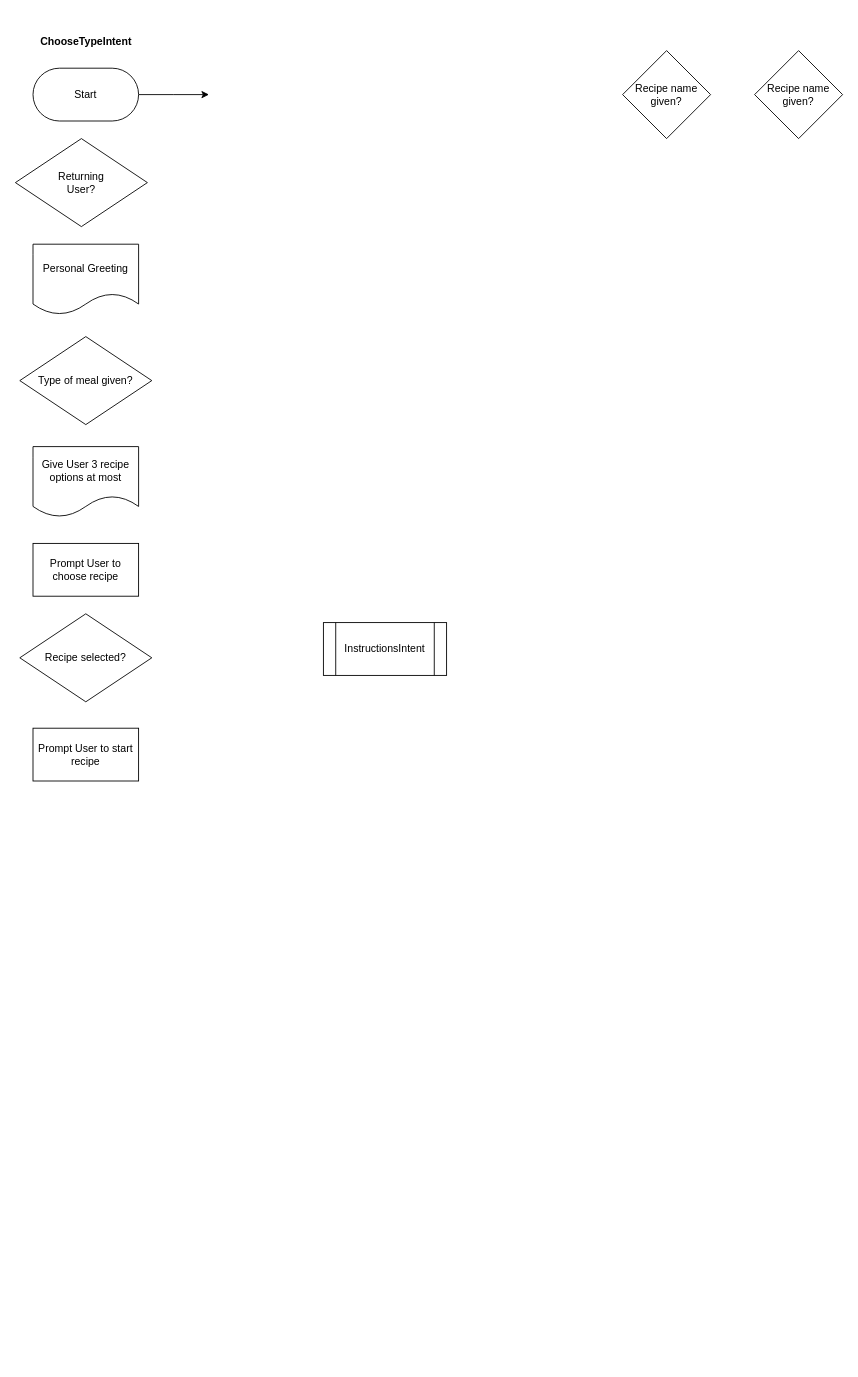
Above: choose-type-intent-flow.drawio in denaetions/stacked (draw.io), before the change. Source tidied: cells renumbered, new cells numbered last; positions are measured from the earlier drawing's top-left corner, leaving out a move shared by most shapes. Both pictures are drawn from the tidied source at 88%, with x=0, y=0 at pixel (15, 33).
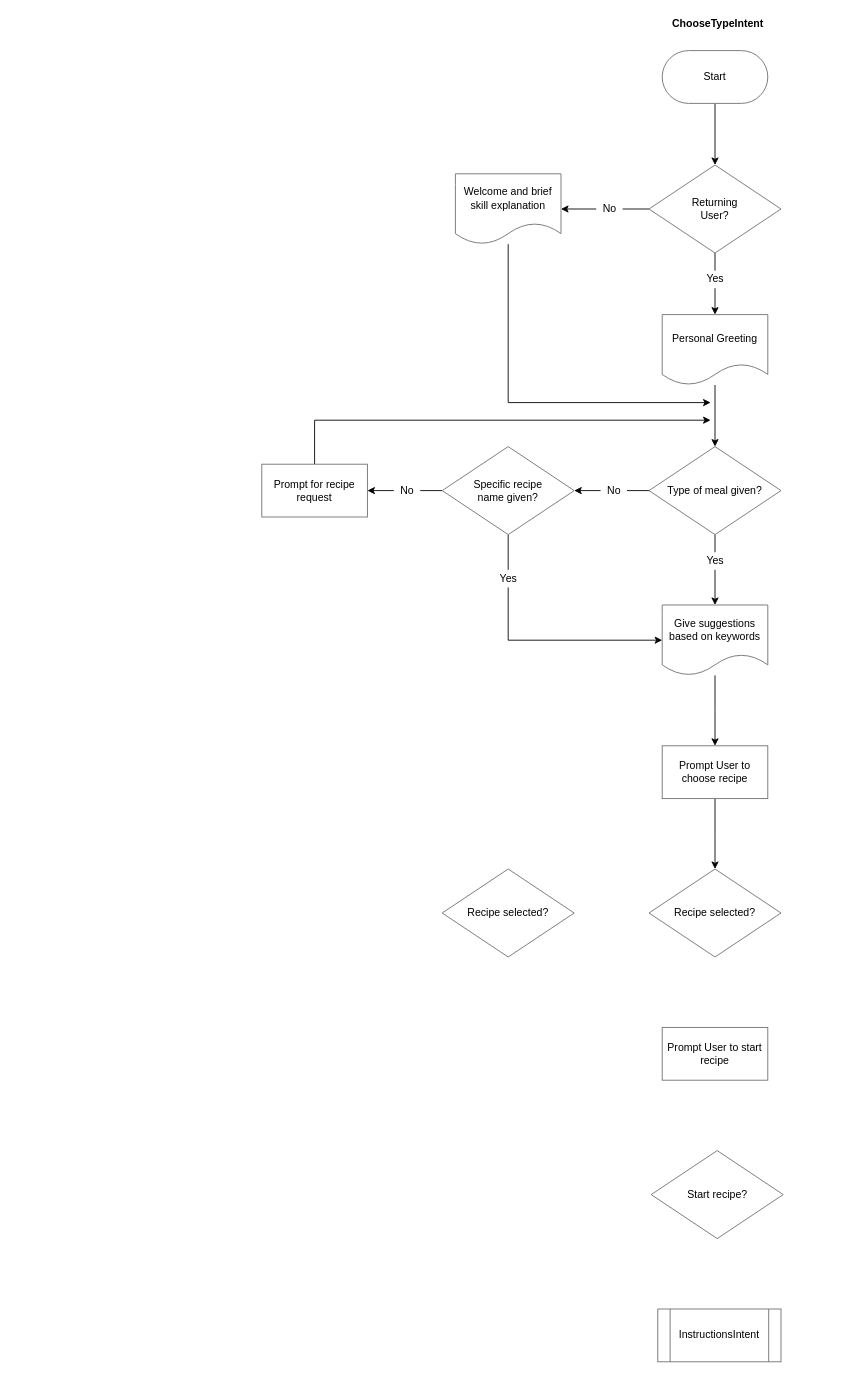
After the change.

What changed in the source:
```diff
@@
-    <mxCell id="2" style="edgeStyle=orthogonalEdgeStyle;rounded=0;jettySize=auto;html=1;exitX=1;exitY=0.5;exitDx=0;exitDy=0;" parent="1" edge="1" source="3">
-      <mxGeometry relative="1" as="geometry">
-        <mxPoint x="220" y="70" as="targetPoint" />
-      </mxGeometry>
-    </mxCell>
+    <mxCell id="15" style="edgeStyle=orthogonalEdgeStyle;rounded=0;jettySize=auto;html=1;exitX=0.5;exitY=1;exitDx=0;exitDy=0;entryX=0.5;entryY=0;entryDx=0;entryDy=0;" parent="1" edge="1" source="3" target="4">
+      <mxGeometry relative="1" as="geometry" />
+    </mxCell>
-    <mxCell id="3" value="Start" style="rounded=1;whiteSpace=wrap;html=1;arcSize=50;" parent="1" vertex="1">
-      <mxGeometry x="20" y="40" width="120" height="60" as="geometry" />
+    <mxCell id="3" value="Start" style="rounded=1;whiteSpace=wrap;html=1;arcSize=50;strokeColor=#6E6E6E;" parent="1" vertex="1">
+      <mxGeometry x="735" y="20" width="120" height="60" as="geometry" />
     </mxCell>
+    <mxCell id="16" style="edgeStyle=orthogonalEdgeStyle;rounded=0;jettySize=auto;html=1;exitX=0.5;exitY=1;exitDx=0;exitDy=0;entryX=0.5;entryY=0;entryDx=0;entryDy=0;" parent="1" edge="1" source="4" target="7">
+      <mxGeometry relative="1" as="geometry" />
+    </mxCell>
+    <mxCell id="17" style="edgeStyle=orthogonalEdgeStyle;rounded=0;jettySize=auto;html=1;exitX=0;exitY=0.5;exitDx=0;exitDy=0;entryX=1;entryY=0.5;entryDx=0;entryDy=0;" parent="1" edge="1" source="4" target="25">
+      <mxGeometry relative="1" as="geometry" />
+    </mxCell>
-    <mxCell id="4" value="Returning&lt;br&gt;User?" style="rhombus;whiteSpace=wrap;html=1;" parent="1" vertex="1">
-      <mxGeometry y="120" width="150" height="100" as="geometry" />
+    <mxCell id="4" value="Returning&lt;br&gt;User?" style="rhombus;whiteSpace=wrap;html=1;strokeColor=#6E6E6E;" parent="1" vertex="1">
+      <mxGeometry x="720" y="150" width="150" height="100" as="geometry" />
     </mxCell>
     <mxCell id="5" value="&lt;b&gt;ChooseTypeIntent&lt;/b&gt;" style="text;html=1;align=center;verticalAlign=middle;" parent="1" vertex="1">
-      <mxGeometry x="20" width="120" height="20" as="geometry" />
+      <mxGeometry x="737.5" y="-20" width="120" height="20" as="geometry" />
     </mxCell>
+    <mxCell id="18" style="edgeStyle=orthogonalEdgeStyle;rounded=0;jettySize=auto;html=1;exitX=0;exitY=0.5;exitDx=0;exitDy=0;entryX=1;entryY=0.5;entryDx=0;entryDy=0;" parent="1" edge="1" source="6" target="30">
+      <mxGeometry relative="1" as="geometry" />
+    </mxCell>
+    <mxCell id="19" style="edgeStyle=orthogonalEdgeStyle;rounded=0;jettySize=auto;html=1;exitX=0.5;exitY=1;exitDx=0;exitDy=0;entryX=0.5;entryY=0;entryDx=0;entryDy=0;" parent="1" edge="1" source="6" target="10">
+      <mxGeometry relative="1" as="geometry" />
+    </mxCell>
-    <mxCell id="6" value="Type of meal given?" style="rhombus;whiteSpace=wrap;html=1;" parent="1" vertex="1">
-      <mxGeometry x="5" y="345" width="150" height="100" as="geometry" />
+    <mxCell id="6" value="Type of meal given?" style="rhombus;whiteSpace=wrap;html=1;strokeColor=#6E6E6E;" parent="1" vertex="1">
+      <mxGeometry x="720" y="470" width="150" height="100" as="geometry" />
     </mxCell>
+    <mxCell id="20" style="edgeStyle=orthogonalEdgeStyle;rounded=0;jettySize=auto;html=1;" parent="1" edge="1" source="7" target="6">
+      <mxGeometry relative="1" as="geometry" />
+    </mxCell>
-    <mxCell id="7" value="Personal Greeting" style="shape=document;whiteSpace=wrap;html=1;boundedLbl=1;" parent="1" vertex="1">
-      <mxGeometry x="20" y="240" width="120" height="80" as="geometry" />
+    <mxCell id="7" value="Personal Greeting" style="shape=document;whiteSpace=wrap;html=1;boundedLbl=1;strokeColor=#6E6E6E;" parent="1" vertex="1">
+      <mxGeometry x="735" y="320" width="120" height="80" as="geometry" />
     </mxCell>
-    <mxCell id="8" value="Recipe name given?" style="rhombus;whiteSpace=wrap;html=1;" parent="1" vertex="1">
-      <mxGeometry x="690" y="20" width="100" height="100" as="geometry" />
-    </mxCell>
-    <mxCell id="9" value="Recipe name given?" style="rhombus;whiteSpace=wrap;html=1;" parent="1" vertex="1">
-      <mxGeometry x="840" y="20" width="100" height="100" as="geometry" />
-    </mxCell>
+    <mxCell id="21" style="edgeStyle=elbowEdgeStyle;rounded=0;jettySize=auto;html=1;entryX=0.5;entryY=0;entryDx=0;entryDy=0;" parent="1" edge="1" source="10" target="11">
+      <mxGeometry relative="1" as="geometry" />
+    </mxCell>
-    <mxCell id="10" value="Give User 3 recipe options at most" style="shape=document;whiteSpace=wrap;html=1;boundedLbl=1;" parent="1" vertex="1">
-      <mxGeometry x="20" y="470" width="120" height="80" as="geometry" />
+    <mxCell id="10" value="Give suggestions based on keywords" style="shape=document;whiteSpace=wrap;html=1;boundedLbl=1;strokeColor=#6E6E6E;" parent="1" vertex="1">
+      <mxGeometry x="735" y="650" width="120" height="80" as="geometry" />
     </mxCell>
+    <mxCell id="22" style="edgeStyle=elbowEdgeStyle;rounded=0;jettySize=auto;html=1;exitX=0.5;exitY=1;exitDx=0;exitDy=0;entryX=0.5;entryY=0;entryDx=0;entryDy=0;" parent="1" edge="1" source="11" target="12">
+      <mxGeometry relative="1" as="geometry" />
+    </mxCell>
-    <mxCell id="11" value="Prompt User to choose recipe" style="rounded=0;whiteSpace=wrap;html=1;" parent="1" vertex="1">
-      <mxGeometry x="20" y="580" width="120" height="60" as="geometry" />
+    <mxCell id="11" value="Prompt User to choose recipe" style="rounded=0;whiteSpace=wrap;html=1;strokeColor=#6E6E6E;" parent="1" vertex="1">
+      <mxGeometry x="735" y="810" width="120" height="60" as="geometry" />
     </mxCell>
-    <mxCell id="12" value="Recipe selected?" style="rhombus;whiteSpace=wrap;html=1;" parent="1" vertex="1">
-      <mxGeometry x="5" y="660" width="150" height="100" as="geometry" />
+    <mxCell id="12" value="Recipe selected?" style="rhombus;whiteSpace=wrap;html=1;strokeColor=#6E6E6E;" parent="1" vertex="1">
+      <mxGeometry x="720" y="950" width="150" height="100" as="geometry" />
     </mxCell>
-    <mxCell id="13" value="InstructionsIntent" style="shape=process;whiteSpace=wrap;html=1;backgroundOutline=1;" parent="1" vertex="1">
-      <mxGeometry x="350" y="670" width="140" height="60" as="geometry" />
+    <mxCell id="13" value="InstructionsIntent" style="shape=process;whiteSpace=wrap;html=1;backgroundOutline=1;strokeColor=#6E6E6E;" parent="1" vertex="1">
+      <mxGeometry x="730" y="1450" width="140" height="60" as="geometry" />
     </mxCell>
-    <mxCell id="14" value="Prompt User to start recipe" style="rounded=0;whiteSpace=wrap;html=1;" parent="1" vertex="1">
-      <mxGeometry x="20" y="790" width="120" height="60" as="geometry" />
+    <mxCell id="14" value="Prompt User to start recipe" style="rounded=0;whiteSpace=wrap;html=1;strokeColor=#6E6E6E;" parent="1" vertex="1">
+      <mxGeometry x="735" y="1130" width="120" height="60" as="geometry" />
     </mxCell>
+    <mxCell id="23" value="Start recipe?" style="rhombus;whiteSpace=wrap;html=1;strokeColor=#6E6E6E;" parent="1" vertex="1">
+      <mxGeometry x="722.5" y="1270" width="150" height="100" as="geometry" />
+    </mxCell>
+    <mxCell id="24" style="edgeStyle=orthogonalEdgeStyle;rounded=0;jettySize=auto;html=1;" parent="1" edge="1" source="25">
+      <mxGeometry relative="1" as="geometry">
+        <mxPoint x="790" y="420" as="targetPoint" />
+        <Array as="points">
+          <mxPoint x="560" y="420" />
+          <mxPoint x="790" y="420" />
+        </Array>
+      </mxGeometry>
+    </mxCell>
+    <mxCell id="25" value="Welcome and brief skill explanation" style="shape=document;whiteSpace=wrap;html=1;boundedLbl=1;strokeColor=#6E6E6E;" parent="1" vertex="1">
+      <mxGeometry x="500" y="160" width="120" height="80" as="geometry" />
+    </mxCell>
+    <mxCell id="26" style="edgeStyle=elbowEdgeStyle;rounded=0;jettySize=auto;html=1;exitX=0.5;exitY=0;exitDx=0;exitDy=0;" parent="1" edge="1" source="27">
+      <mxGeometry relative="1" as="geometry">
+        <mxPoint x="790" y="440" as="targetPoint" />
+        <Array as="points">
+          <mxPoint x="340" y="470" />
+        </Array>
+      </mxGeometry>
+    </mxCell>
+    <mxCell id="27" value="Prompt for recipe request" style="rounded=0;whiteSpace=wrap;html=1;strokeColor=#6E6E6E;" parent="1" vertex="1">
+      <mxGeometry x="280" y="490" width="120" height="60" as="geometry" />
+    </mxCell>
+    <mxCell id="28" style="edgeStyle=orthogonalEdgeStyle;rounded=0;jettySize=auto;html=1;exitX=0;exitY=0.5;exitDx=0;exitDy=0;entryX=1;entryY=0.5;entryDx=0;entryDy=0;" parent="1" edge="1" source="30" target="27">
+      <mxGeometry relative="1" as="geometry" />
+    </mxCell>
+    <mxCell id="29" style="edgeStyle=elbowEdgeStyle;rounded=0;jettySize=auto;html=1;exitX=0.5;exitY=1;exitDx=0;exitDy=0;entryX=0;entryY=0.5;entryDx=0;entryDy=0;" parent="1" edge="1" source="30" target="10">
+      <mxGeometry relative="1" as="geometry">
+        <Array as="points">
+          <mxPoint x="560" y="620" />
+        </Array>
+      </mxGeometry>
+    </mxCell>
+    <mxCell id="30" value="Specific recipe &lt;br&gt;name given?" style="rhombus;whiteSpace=wrap;html=1;strokeColor=#6E6E6E;" parent="1" vertex="1">
+      <mxGeometry x="485" y="470" width="150" height="100" as="geometry" />
+    </mxCell>
+    <mxCell id="31" value="Recipe selected?" style="rhombus;whiteSpace=wrap;html=1;strokeColor=#6E6E6E;" parent="1" vertex="1">
+      <mxGeometry x="485" y="950" width="150" height="100" as="geometry" />
+    </mxCell>
+    <mxCell id="32" value="Yes" style="text;html=1;align=center;verticalAlign=middle;fillColor=#ffffff;" parent="1" vertex="1">
+      <mxGeometry x="775" y="270" width="40" height="20" as="geometry" />
+    </mxCell>
+    <mxCell id="33" value="No" style="text;html=1;align=center;verticalAlign=middle;fillColor=#ffffff;" parent="1" vertex="1">
+      <mxGeometry x="660" y="190" width="30" height="20" as="geometry" />
+    </mxCell>
+    <mxCell id="34" value="No" style="text;html=1;align=center;verticalAlign=middle;fillColor=#ffffff;" parent="1" vertex="1">
+      <mxGeometry x="665" y="510" width="30" height="20" as="geometry" />
+    </mxCell>
+    <mxCell id="35" value="No" style="text;html=1;align=center;verticalAlign=middle;fillColor=#ffffff;" parent="1" vertex="1">
+      <mxGeometry x="430" y="510" width="30" height="20" as="geometry" />
+    </mxCell>
+    <mxCell id="36" value="Yes" style="text;html=1;align=center;verticalAlign=middle;fillColor=#ffffff;" parent="1" vertex="1">
+      <mxGeometry x="540" y="610" width="40" height="20" as="geometry" />
+    </mxCell>
+    <mxCell id="37" value="Yes" style="text;html=1;align=center;verticalAlign=middle;fillColor=#ffffff;" parent="1" vertex="1">
+      <mxGeometry x="775" y="590" width="40" height="20" as="geometry" />
+    </mxCell>
```
